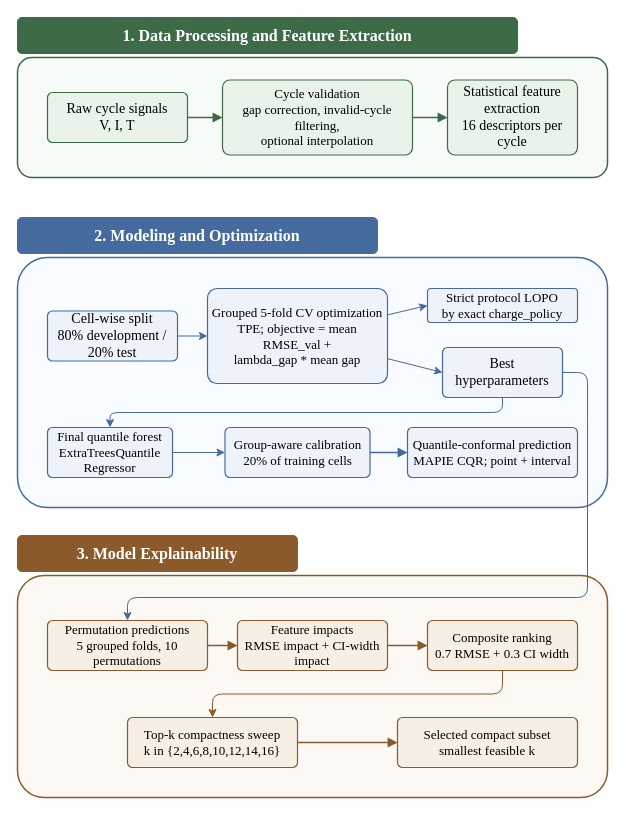
This is docs/methodology_pipeline_overview_compact.drawio from gabriel-buzzi/battery-soh-rul-modeling, a draw.io file, before an edit. Source tidied: cells renumbered, new cells numbered last; positions are measured from the earlier drawing's top-left corner, leaving out a move shared by most shapes. Both pictures are drawn from the tidied source at 100%, with x=0, y=0 at pixel (17, 17).
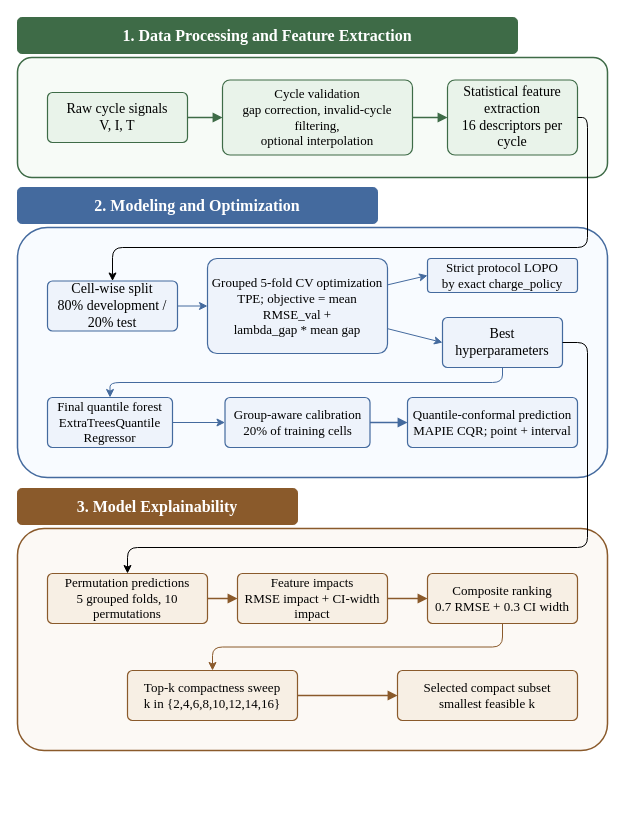
The same page after the edit.

Commit message (it also covers changes not shown here):
Update figures for paper

The change refers to these unchanged cells:
```xml
<mxCell id="6" value="Statistical feature extraction&lt;br&gt;16 descriptors per cycle" style="rounded=1;whiteSpace=wrap;html=1;fillColor=#e9f3ea;strokeColor=#3e6b47;strokeWidth=1.2;fontSize=14;arcSize=10;fontFamily=Times New Roman;" parent="1" vertex="1">
  <mxGeometry x="430" y="62.5" width="130" height="75" as="geometry" />
</mxCell>
```

Diff of the diagram source:
```diff
@@
     <mxCell id="7" value="2. Modeling and Optimization" style="rounded=1;whiteSpace=wrap;html=1;fillColor=#446a9e;strokeColor=#446a9e;fontColor=#ffffff;fontStyle=1;fontSize=16;align=center;verticalAlign=middle;arcSize=12;fontFamily=Times New Roman;" parent="1" vertex="1">
-      <mxGeometry y="200" width="360" height="36" as="geometry" />
+      <mxGeometry y="170" width="360" height="36" as="geometry" />
     </mxCell>
     <mxCell id="8" style="rounded=1;whiteSpace=wrap;html=1;fillColor=#f8fbff;strokeColor=#446a9e;strokeWidth=1.5;arcSize=12;fontFamily=Times New Roman;" parent="1" vertex="1">
-      <mxGeometry y="240" width="590" height="250" as="geometry" />
+      <mxGeometry y="210" width="590" height="250" as="geometry" />
     </mxCell>
@@
     <mxCell id="10" value="Cell-wise split&lt;br&gt;80% development / 20% test" style="rounded=1;whiteSpace=wrap;html=1;fillColor=#eef3fb;strokeColor=#446a9e;strokeWidth=1.2;fontSize=14;arcSize=10;fontFamily=Times New Roman;" parent="1" vertex="1">
-      <mxGeometry x="30" y="293.5" width="130" height="50" as="geometry" />
+      <mxGeometry x="30" y="263.5" width="130" height="50" as="geometry" />
     </mxCell>
@@
     <mxCell id="13" value="Grouped 5-fold CV optimization&lt;br&gt;TPE; objective = mean RMSE_val +&lt;br&gt;lambda_gap * mean gap" style="rounded=1;whiteSpace=wrap;html=1;fillColor=#eef3fb;strokeColor=#446a9e;strokeWidth=1.2;fontSize=13;arcSize=10;fontFamily=Times New Roman;" parent="1" vertex="1">
-      <mxGeometry x="190" y="271" width="180" height="95" as="geometry" />
+      <mxGeometry x="190" y="241" width="180" height="95" as="geometry" />
     </mxCell>
@@
     <mxCell id="15" value="Best hyperparameters" style="rounded=1;whiteSpace=wrap;html=1;fillColor=#eef3fb;strokeColor=#446a9e;strokeWidth=1.2;fontSize=14;arcSize=10;fontFamily=Times New Roman;" parent="1" vertex="1">
-      <mxGeometry x="425" y="330" width="120" height="50" as="geometry" />
+      <mxGeometry x="425" y="300" width="120" height="50" as="geometry" />
     </mxCell>
@@
     <mxCell id="17" value="Final quantile forest&lt;br&gt;ExtraTreesQuantile&lt;div&gt;Regressor&lt;/div&gt;" style="rounded=1;whiteSpace=wrap;html=1;fillColor=#eef3fb;strokeColor=#446a9e;strokeWidth=1.2;fontSize=13;arcSize=10;fontFamily=Times New Roman;" parent="1" vertex="1">
-      <mxGeometry x="30" y="410" width="125" height="50" as="geometry" />
+      <mxGeometry x="30" y="380" width="125" height="50" as="geometry" />
     </mxCell>
     <mxCell id="18" value="Group-aware calibration&lt;br&gt;20% of training cells" style="rounded=1;whiteSpace=wrap;html=1;fillColor=#eef3fb;strokeColor=#446a9e;strokeWidth=1.2;fontSize=13;arcSize=10;fontFamily=Times New Roman;" parent="1" vertex="1">
-      <mxGeometry x="207.5" y="410" width="145" height="50" as="geometry" />
+      <mxGeometry x="207.5" y="380" width="145" height="50" as="geometry" />
     </mxCell>
     <mxCell id="19" value="Quantile-conformal prediction&lt;br&gt;MAPIE CQR; point + interval" style="rounded=1;whiteSpace=wrap;html=1;fillColor=#eef3fb;strokeColor=#446a9e;strokeWidth=1.2;fontSize=13;arcSize=10;fontFamily=Times New Roman;" parent="1" vertex="1">
-      <mxGeometry x="390" y="410" width="170" height="50" as="geometry" />
+      <mxGeometry x="390" y="380" width="170" height="50" as="geometry" />
     </mxCell>
     <mxCell id="20" value="Strict protocol LOPO&lt;br&gt;by exact charge_policy" style="rounded=1;whiteSpace=wrap;html=1;fillColor=#eef3fb;strokeColor=#446a9e;strokeWidth=1.2;fontSize=13;arcSize=10;fontFamily=Times New Roman;" parent="1" vertex="1">
-      <mxGeometry x="410" y="271" width="150" height="34" as="geometry" />
+      <mxGeometry x="410" y="241" width="150" height="34" as="geometry" />
     </mxCell>
     <mxCell id="21" value="3. Model Explainability" style="rounded=1;whiteSpace=wrap;html=1;fillColor=#8a5a2b;strokeColor=#8a5a2b;fontColor=#ffffff;fontStyle=1;fontSize=16;align=center;verticalAlign=middle;arcSize=12;fontFamily=Times New Roman;" parent="1" vertex="1">
-      <mxGeometry y="518" width="280" height="36" as="geometry" />
+      <mxGeometry y="471" width="280" height="36" as="geometry" />
     </mxCell>
     <mxCell id="22" style="rounded=1;whiteSpace=wrap;html=1;fillColor=#fcf9f5;strokeColor=#8a5a2b;strokeWidth=1.5;arcSize=12;fontFamily=Times New Roman;" parent="1" vertex="1">
-      <mxGeometry y="558" width="590" height="222" as="geometry" />
+      <mxGeometry y="511" width="590" height="222" as="geometry" />
     </mxCell>
     <mxCell id="23" value="Permutation predictions&lt;br&gt;5 grouped folds, 10 permutations" style="rounded=1;whiteSpace=wrap;html=1;fillColor=#f7efe4;strokeColor=#8a5a2b;strokeWidth=1.2;fontSize=13;arcSize=10;fontFamily=Times New Roman;" parent="1" vertex="1">
-      <mxGeometry x="30" y="603" width="160" height="50" as="geometry" />
+      <mxGeometry x="30" y="556" width="160" height="50" as="geometry" />
     </mxCell>
     <mxCell id="24" value="Feature impacts&lt;br&gt;RMSE impact + CI-width impact" style="rounded=1;whiteSpace=wrap;html=1;fillColor=#f7efe4;strokeColor=#8a5a2b;strokeWidth=1.2;fontSize=13;arcSize=10;fontFamily=Times New Roman;" parent="1" vertex="1">
-      <mxGeometry x="220" y="603" width="150" height="50" as="geometry" />
+      <mxGeometry x="220" y="556" width="150" height="50" as="geometry" />
     </mxCell>
@@
     <mxCell id="26" value="Composite ranking&lt;br&gt;0.7 RMSE + 0.3 CI width" style="rounded=1;whiteSpace=wrap;html=1;fillColor=#f7efe4;strokeColor=#8a5a2b;strokeWidth=1.2;fontSize=13;arcSize=10;fontFamily=Times New Roman;" parent="1" vertex="1">
-      <mxGeometry x="410" y="603" width="150" height="50" as="geometry" />
+      <mxGeometry x="410" y="556" width="150" height="50" as="geometry" />
     </mxCell>
     <mxCell id="27" value="Top-k compactness sweep&lt;br&gt;k in {2,4,6,8,10,12,14,16}" style="rounded=1;whiteSpace=wrap;html=1;fillColor=#f7efe4;strokeColor=#8a5a2b;strokeWidth=1.2;fontSize=13;arcSize=10;fontFamily=Times New Roman;" parent="1" vertex="1">
-      <mxGeometry x="110" y="700" width="170" height="50" as="geometry" />
+      <mxGeometry x="110" y="653" width="170" height="50" as="geometry" />
     </mxCell>
     <mxCell id="28" value="Selected compact subset&lt;br&gt;smallest feasible k" style="rounded=1;whiteSpace=wrap;html=1;fillColor=#f7efe4;strokeColor=#8a5a2b;strokeWidth=1.2;fontSize=13;arcSize=10;fontFamily=Times New Roman;" parent="1" vertex="1">
-      <mxGeometry x="380" y="700" width="180" height="50" as="geometry" />
+      <mxGeometry x="380" y="653" width="180" height="50" as="geometry" />
     </mxCell>
@@
-    <mxCell id="35" style="edgeStyle=orthogonalEdgeStyle;html=1;entryX=0.5;entryY=0;entryDx=0;entryDy=0;strokeColor=#446A9E;fontFamily=Times New Roman;" parent="1" edge="1" source="15" target="23">
+    <mxCell id="35" style="edgeStyle=orthogonalEdgeStyle;html=1;entryX=0.5;entryY=0;entryDx=0;entryDy=0;strokeColor=#000000;fontFamily=Times New Roman;exitX=1;exitY=0.5;exitDx=0;exitDy=0;" parent="1" edge="1" source="15" target="23">
       <mxGeometry relative="1" as="geometry">
         <Array as="points">
-          <mxPoint x="570" y="355" />
-          <mxPoint x="570" y="580" />
-          <mxPoint x="110" y="580" />
+          <mxPoint x="570" y="325" />
+          <mxPoint x="570" y="530" />
+          <mxPoint x="110" y="530" />
         </Array>
       </mxGeometry>
     </mxCell>
+    <mxCell id="36" style="edgeStyle=orthogonalEdgeStyle;html=1;entryX=0.5;entryY=0;entryDx=0;entryDy=0;" parent="1" edge="1" source="6" target="10">
+      <mxGeometry relative="1" as="geometry">
+        <Array as="points">
+          <mxPoint x="570" y="100" />
+          <mxPoint x="570" y="230" />
+          <mxPoint x="95" y="230" />
+        </Array>
+      </mxGeometry>
+    </mxCell>
```
